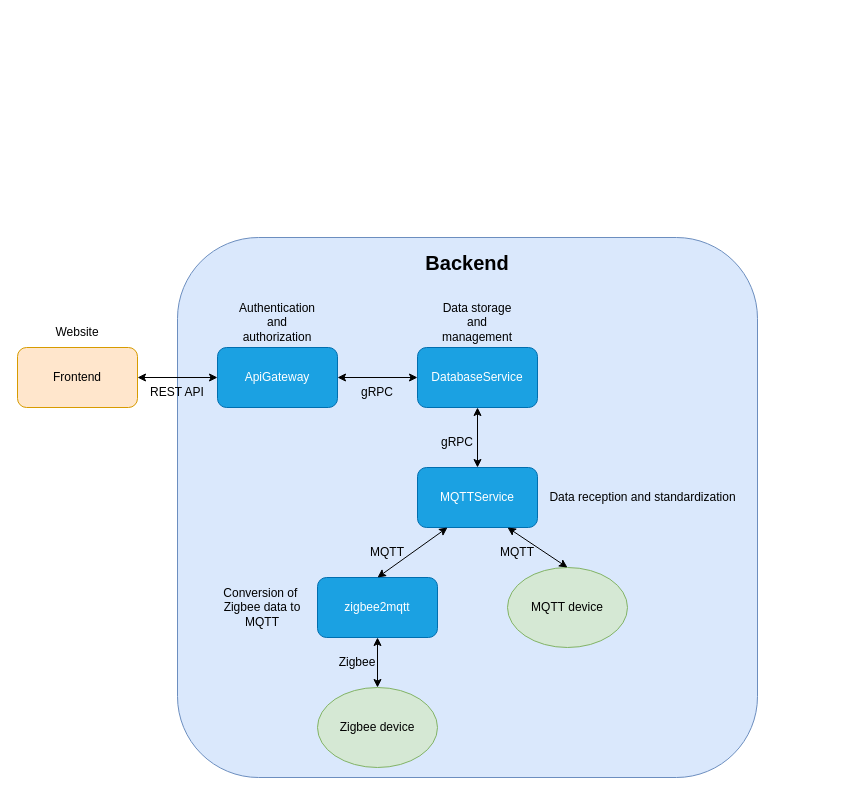
Above: Documents/Resources/HomeAppArchitecture.drawio in PetoAdam/HomeApp (draw.io), before the change. Source tidied: cells renumbered, new cells numbered last; positions are measured from the earlier drawing's top-left corner, leaving out a move shared by most shapes. Both pictures are drawn from the tidied source at 100%, with x=0, y=0 at pixel (17, 237).
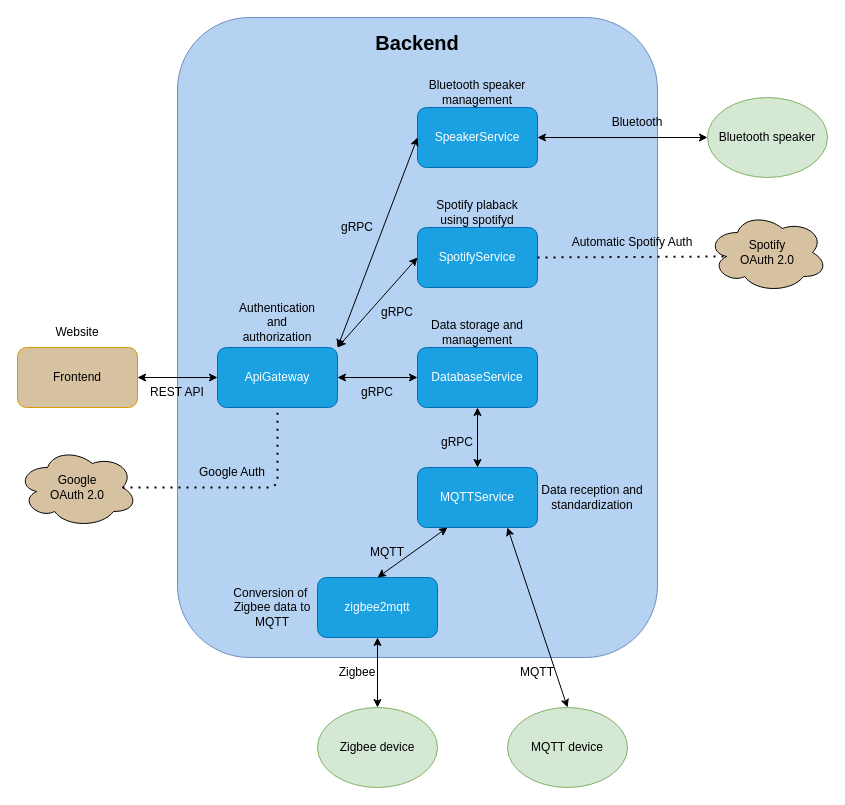
After the change.

The change refers to these unchanged cells:
```xml
<mxCell id="4" value="ApiGateway" style="rounded=1;whiteSpace=wrap;html=1;fillColor=#1ba1e2;strokeColor=#006EAF;fontColor=#ffffff;" parent="1" vertex="1">
  <mxGeometry x="200" y="110" width="120" height="60" as="geometry" />
</mxCell>
```

What changed in the source:
```diff
@@
-    <mxCell id="2" style="rounded=1;whiteSpace=wrap;html=1;fillColor=#dae8fc;strokeColor=#6c8ebf;" parent="1" vertex="1">
-      <mxGeometry x="160" width="580" height="540" as="geometry" />
+    <mxCell id="2" style="rounded=1;whiteSpace=wrap;html=1;fillColor=#B6D2F2;strokeColor=#6c8ebf;" parent="1" vertex="1">
+      <mxGeometry x="160" y="-220" width="480" height="640" as="geometry" />
     </mxCell>
-    <mxCell id="3" value="Frontend" style="rounded=1;whiteSpace=wrap;html=1;fillColor=#ffe6cc;strokeColor=#d79b00;" parent="1" vertex="1">
+    <mxCell id="3" value="Frontend" style="rounded=1;whiteSpace=wrap;html=1;fillColor=#D6C1A1;strokeColor=#d79b00;" parent="1" vertex="1">
       <mxGeometry y="110" width="120" height="60" as="geometry" />
     </mxCell>
@@
     <mxCell id="15" value="Data storage and management" style="text;html=1;strokeColor=none;fillColor=none;align=center;verticalAlign=middle;whiteSpace=wrap;rounded=0;" parent="1" vertex="1">
-      <mxGeometry x="430" y="70" width="60" height="30" as="geometry" />
+      <mxGeometry x="405" y="80" width="110" height="30" as="geometry" />
     </mxCell>
-    <mxCell id="16" value="&lt;div&gt;Data reception and standardization&lt;/div&gt;" style="text;html=1;align=center;verticalAlign=middle;strokeColor=none;fillColor=none;" parent="1" vertex="1">
-      <mxGeometry x="520" y="245" width="210" height="30" as="geometry" />
-    </mxCell>
@@
     <mxCell id="19" value="Zigbee device" style="ellipse;whiteSpace=wrap;html=1;fillColor=#d5e8d4;strokeColor=#82b366;" parent="1" vertex="1">
-      <mxGeometry x="300" y="450" width="120" height="80" as="geometry" />
+      <mxGeometry x="300" y="470" width="120" height="80" as="geometry" />
     </mxCell>
     <mxCell id="20" value="MQTT device" style="ellipse;whiteSpace=wrap;html=1;fillColor=#d5e8d4;strokeColor=#82b366;" parent="1" vertex="1">
-      <mxGeometry x="490" y="330" width="120" height="80" as="geometry" />
+      <mxGeometry x="490" y="470" width="120" height="80" as="geometry" />
     </mxCell>
@@
     <mxCell id="23" value="Zigbee" style="text;html=1;strokeColor=none;fillColor=none;align=center;verticalAlign=middle;whiteSpace=wrap;rounded=0;" parent="1" vertex="1">
-      <mxGeometry x="310" y="410" width="60" height="30" as="geometry" />
+      <mxGeometry x="310" y="420" width="60" height="30" as="geometry" />
     </mxCell>
@@
     <mxCell id="25" value="MQTT" style="text;html=1;strokeColor=none;fillColor=none;align=center;verticalAlign=middle;whiteSpace=wrap;rounded=0;" parent="1" vertex="1">
-      <mxGeometry x="470" y="300" width="60" height="30" as="geometry" />
+      <mxGeometry x="490" y="420" width="60" height="30" as="geometry" />
     </mxCell>
     <mxCell id="26" value="Conversion of&amp;nbsp; Zigbee data to MQTT" style="text;html=1;strokeColor=none;fillColor=none;align=center;verticalAlign=middle;whiteSpace=wrap;rounded=0;" parent="1" vertex="1">
-      <mxGeometry x="190" y="355" width="110" height="30" as="geometry" />
+      <mxGeometry x="200" y="355" width="110" height="30" as="geometry" />
     </mxCell>
     <mxCell id="27" value="Backend" style="text;html=1;strokeColor=none;fillColor=none;align=center;verticalAlign=middle;whiteSpace=wrap;rounded=0;fontStyle=1;fontSize=20;" parent="1" vertex="1">
-      <mxGeometry x="420" y="10" width="60" height="30" as="geometry" />
+      <mxGeometry x="370" y="-210" width="60" height="30" as="geometry" />
     </mxCell>
+    <mxCell id="28" value="SpotifyService" style="rounded=1;whiteSpace=wrap;html=1;fillColor=#1ba1e2;strokeColor=#006EAF;fontColor=#ffffff;" parent="1" vertex="1">
+      <mxGeometry x="400" y="-10" width="120" height="60" as="geometry" />
+    </mxCell>
+    <mxCell id="29" style="endArrow=classic;startArrow=classic;html=1;rounded=0;exitX=1;exitY=0;exitDx=0;exitDy=0;entryX=0;entryY=0.5;entryDx=0;entryDy=0;" parent="1" edge="1" source="4" target="28">
+      <mxGeometry relative="1" as="geometry" />
+    </mxCell>
+    <mxCell id="30" value="gRPC" style="text;html=1;strokeColor=none;fillColor=none;align=center;verticalAlign=middle;whiteSpace=wrap;rounded=0;" parent="1" vertex="1">
+      <mxGeometry x="350" y="60" width="60" height="30" as="geometry" />
+    </mxCell>
+    <mxCell id="31" value="Spotify plaback using spotifyd" style="text;html=1;strokeColor=none;fillColor=none;align=center;verticalAlign=middle;whiteSpace=wrap;rounded=0;" parent="1" vertex="1">
+      <mxGeometry x="410" y="-40" width="100" height="30" as="geometry" />
+    </mxCell>
+    <mxCell id="32" value="SpeakerService" style="rounded=1;whiteSpace=wrap;html=1;fillColor=#1ba1e2;strokeColor=#006EAF;fontColor=#ffffff;" parent="1" vertex="1">
+      <mxGeometry x="400" y="-130" width="120" height="60" as="geometry" />
+    </mxCell>
+    <mxCell id="33" style="endArrow=classic;startArrow=classic;html=1;rounded=0;exitX=1;exitY=0;exitDx=0;exitDy=0;entryX=0;entryY=0.5;entryDx=0;entryDy=0;" parent="1" edge="1" source="4" target="32">
+      <mxGeometry relative="1" as="geometry" />
+    </mxCell>
+    <mxCell id="34" value="Bluetooth speaker management" style="text;html=1;strokeColor=none;fillColor=none;align=center;verticalAlign=middle;whiteSpace=wrap;rounded=0;" parent="1" vertex="1">
+      <mxGeometry x="410" y="-160" width="100" height="30" as="geometry" />
+    </mxCell>
+    <mxCell id="35" value="gRPC" style="text;html=1;strokeColor=none;fillColor=none;align=center;verticalAlign=middle;whiteSpace=wrap;rounded=0;" parent="1" vertex="1">
+      <mxGeometry x="310" y="-25" width="60" height="30" as="geometry" />
+    </mxCell>
+    <mxCell id="16" value="&lt;span style=&quot;&quot;&gt;Data reception and standardization&lt;/span&gt;" style="text;html=1;strokeColor=none;fillColor=none;align=center;verticalAlign=middle;whiteSpace=wrap;rounded=0;" parent="1" vertex="1">
+      <mxGeometry x="520" y="245" width="110" height="30" as="geometry" />
+    </mxCell>
+    <mxCell id="36" value="Bluetooth speaker" style="ellipse;whiteSpace=wrap;html=1;fillColor=#d5e8d4;strokeColor=#82b366;" parent="1" vertex="1">
+      <mxGeometry x="690" y="-140" width="120" height="80" as="geometry" />
+    </mxCell>
+    <mxCell id="37" style="endArrow=classic;startArrow=classic;html=1;rounded=0;exitX=1;exitY=0.5;exitDx=0;exitDy=0;entryX=0;entryY=0.5;entryDx=0;entryDy=0;" parent="1" edge="1" source="32" target="36">
+      <mxGeometry relative="1" as="geometry" />
+    </mxCell>
+    <mxCell id="38" value="Bluetooth" style="text;html=1;strokeColor=none;fillColor=none;align=center;verticalAlign=middle;whiteSpace=wrap;rounded=0;" parent="1" vertex="1">
+      <mxGeometry x="590" y="-130" width="60" height="30" as="geometry" />
+    </mxCell>
+    <mxCell id="39" value="Google &lt;br&gt;OAuth 2.0" style="ellipse;shape=cloud;whiteSpace=wrap;html=1;fillColor=#D6C1A1;" parent="1" vertex="1">
+      <mxGeometry y="210" width="120" height="80" as="geometry" />
+    </mxCell>
+    <mxCell id="40" style="endArrow=none;dashed=1;html=1;dashPattern=1 3;strokeWidth=2;exitX=0.875;exitY=0.5;exitDx=0;exitDy=0;exitPerimeter=0;entryX=0.5;entryY=1;entryDx=0;entryDy=0;" parent="1" edge="1" source="39" target="4">
+      <mxGeometry relative="1" as="geometry">
+        <Array as="points">
+          <mxPoint x="260" y="250" />
+        </Array>
+      </mxGeometry>
+    </mxCell>
+    <mxCell id="41" value="Google Auth" style="text;html=1;strokeColor=none;fillColor=none;align=center;verticalAlign=middle;whiteSpace=wrap;rounded=0;" parent="1" vertex="1">
+      <mxGeometry x="180" y="220" width="70" height="30" as="geometry" />
+    </mxCell>
+    <mxCell id="42" value="Spotify&lt;br&gt;OAuth 2.0" style="ellipse;shape=cloud;whiteSpace=wrap;html=1;fillColor=#D6C1A1;" parent="1" vertex="1">
+      <mxGeometry x="690" y="-25" width="120" height="80" as="geometry" />
+    </mxCell>
+    <mxCell id="43" style="endArrow=none;dashed=1;html=1;dashPattern=1 3;strokeWidth=2;entryX=0.16;entryY=0.55;entryDx=0;entryDy=0;entryPerimeter=0;exitX=1;exitY=0.5;exitDx=0;exitDy=0;" parent="1" edge="1" source="28" target="42">
+      <mxGeometry relative="1" as="geometry" />
+    </mxCell>
+    <mxCell id="44" value="Automatic Spotify Auth" style="text;html=1;strokeColor=none;fillColor=none;align=center;verticalAlign=middle;whiteSpace=wrap;rounded=0;" parent="1" vertex="1">
+      <mxGeometry x="550" y="-10" width="130" height="30" as="geometry" />
+    </mxCell>
```
